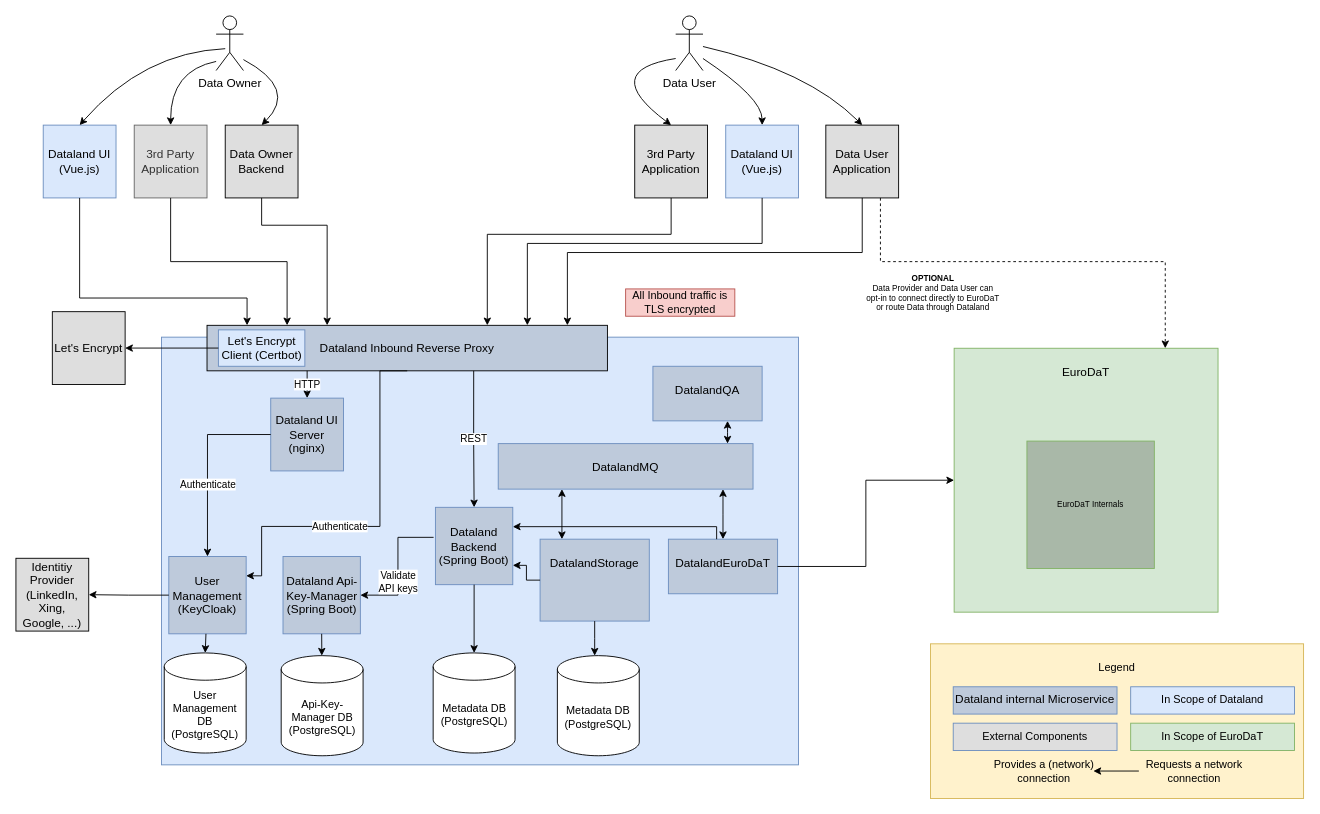
The draw.io diagram documentation/architecture.drawio in d-fine/Dataland, before the edit. Source tidied: cells renumbered, new cells numbered last; positions are measured from the earlier drawing's top-left corner, leaving out a move shared by most shapes. Both pictures are drawn from the tidied source at 91%, with x=0, y=0 at pixel (15, 15).
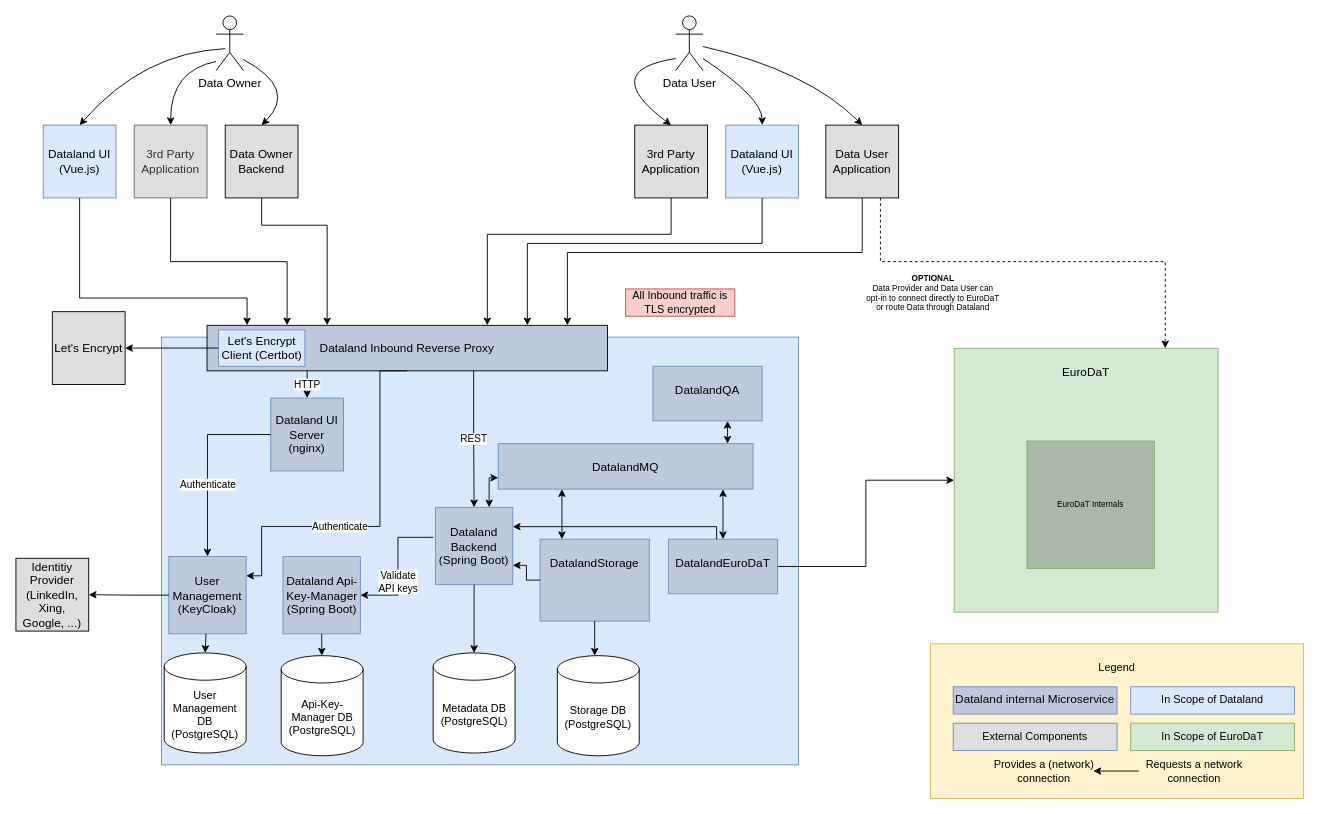
Above is the later version.

Unchanged cells that the change refers to:
```xml
<mxCell id="52" value="Dataland Backend (Spring Boot)" style="whiteSpace=wrap;html=1;fontSize=13;fillColor=#BECADB;strokeColor=#6c8ebf;" parent="1" vertex="1">
  <mxGeometry x="461" y="540" width="85" height="85" as="geometry" />
</mxCell>
<mxCell id="65" value="DatalandMQ" style="whiteSpace=wrap;html=1;fontSize=13;points=[[0,0,0,0,0],[0,0.25,0,0,0],[0,0.5,0,0,0],[0,0.75,0,0,0],[0,1,0,0,0],[0.1,0,0,0,0],[0.2,0,0,0,0],[0.25,1,0,0,0],[0.3,0,0,0,0],[0.4,0,0,0,0],[0.5,0,0,0,0],[0.5,1,0,0,0],[0.6,0,0,0,0],[0.7,0,0,0,0],[0.75,1,0,0,0],[0.8,0,0,0,0],[0.9,0,0,0,0],[1,0,0,0,0],[1,0.25,0,0,0],[1,0.5,0,0,0],[1,0.75,0,0,0],[1,1,0,0,0]];verticalAlign=top;spacingTop=12;fillColor=#BECADB;strokeColor=#6c8ebf;imageAspect=0;" parent="1" vertex="1">
  <mxGeometry x="530" y="470" width="280" height="50" as="geometry" />
</mxCell>
```

The edit, as a diff of the source:
```diff
@@
-    <mxCell id="63" value="Metadata DB (PostgreSQL)" style="shape=cylinder3;whiteSpace=wrap;html=1;boundedLbl=1;backgroundOutline=1;size=15;" parent="1" vertex="1">
+    <mxCell id="63" value="Storage DB (PostgreSQL)" style="shape=cylinder3;whiteSpace=wrap;html=1;boundedLbl=1;backgroundOutline=1;size=15;" parent="1" vertex="1">
       <mxGeometry x="595" y="703" width="90" height="110" as="geometry" />
     </mxCell>
@@
+    <mxCell id="71" style="edgeStyle=elbowEdgeStyle;elbow=horizontal;endArrow=classic;html=1;rounded=0;fontSize=14;exitX=0;exitY=0.75;exitDx=0;exitDy=0;startArrow=classic;startFill=1;endFill=1;exitPerimeter=0;" parent="1" edge="1" source="65" target="52">
+      <mxGeometry relative="1" as="geometry">
+        <Array as="points">
+          <mxPoint x="520" y="520" />
+        </Array>
+      </mxGeometry>
+    </mxCell>
```
